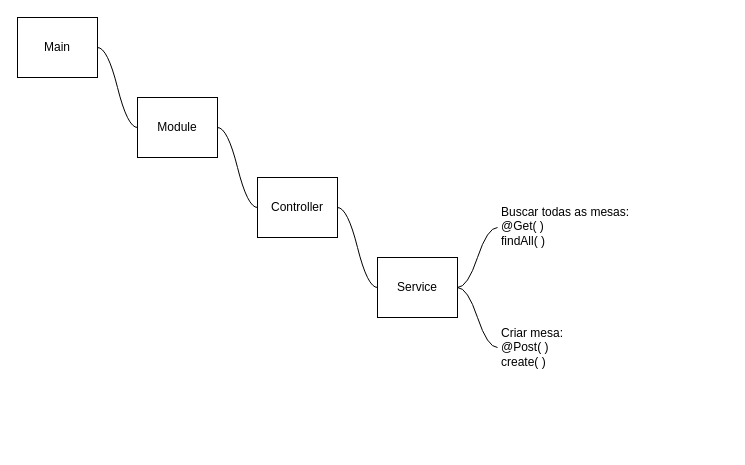
The draw.io diagram table.drawio in SandroXC/pizza-fresh-server, before the edit. Source tidied: cells renumbered, new cells numbered last; positions are measured from the earlier drawing's top-left corner, leaving out a move shared by most shapes. Both pictures are drawn from the tidied source at 100%, with x=0, y=0 at pixel (17, 17).
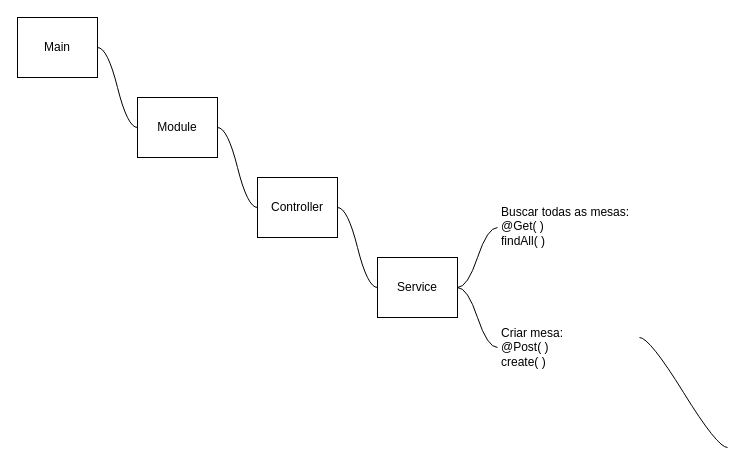
Above is the later version.

Commit message (it also covers changes not shown here):
feat(table):create dto 'CreateTableDto'

The edit, as a diff of the source:
```diff
@@
 <mxGraphModel>
   <root>
     <mxCell id="0" />
     <mxCell id="1" parent="0" />
     <mxCell id="2" value="Module" style="rounded=0;whiteSpace=wrap;html=1;" parent="1" vertex="1">
       <mxGeometry x="120" y="80" width="80" height="60" as="geometry" />
     </mxCell>
     <mxCell id="3" value="Controller" style="rounded=0;whiteSpace=wrap;html=1;" parent="1" vertex="1">
       <mxGeometry x="240" y="160" width="80" height="60" as="geometry" />
     </mxCell>
     <mxCell id="4" style="edgeStyle=entityRelationEdgeStyle;startArrow=none;endArrow=none;segment=10;curved=1;sourcePerimeterSpacing=0;targetPerimeterSpacing=0;exitX=1;exitY=0.5;exitDx=0;exitDy=0;entryX=0;entryY=0.5;entryDx=0;entryDy=0;" parent="1" edge="1" source="2" target="3">
       <mxGeometry relative="1" as="geometry" />
     </mxCell>
     <mxCell id="5" style="edgeStyle=entityRelationEdgeStyle;startArrow=none;endArrow=none;segment=10;curved=1;sourcePerimeterSpacing=0;targetPerimeterSpacing=0;exitX=1;exitY=0.5;exitDx=0;exitDy=0;" parent="1" edge="1" source="11">
       <mxGeometry relative="1" as="geometry">
         <mxPoint x="480" y="210" as="targetPoint" />
       </mxGeometry>
     </mxCell>
     <mxCell id="6" style="edgeStyle=entityRelationEdgeStyle;startArrow=none;endArrow=none;segment=10;curved=1;sourcePerimeterSpacing=0;targetPerimeterSpacing=0;exitX=1;exitY=0.5;exitDx=0;exitDy=0;entryX=0;entryY=0.5;entryDx=0;entryDy=0;" parent="1" edge="1" source="9" target="2">
       <mxGeometry relative="1" as="geometry" />
     </mxCell>
     <mxCell id="7" style="edgeStyle=entityRelationEdgeStyle;startArrow=none;endArrow=none;segment=10;curved=1;sourcePerimeterSpacing=0;targetPerimeterSpacing=0;exitX=1;exitY=0.5;exitDx=0;exitDy=0;" parent="1" edge="1">
       <mxGeometry relative="1" as="geometry">
         <mxPoint x="440" y="270" as="sourcePoint" />
         <mxPoint x="480" y="330" as="targetPoint" />
       </mxGeometry>
     </mxCell>
     <mxCell id="8" value="Buscar todas as mesas:&lt;br&gt;@Get( )&lt;br&gt;findAll( )" style="text;html=1;strokeColor=none;fillColor=none;align=left;verticalAlign=middle;whiteSpace=wrap;rounded=0;" parent="1" vertex="1">
       <mxGeometry x="482" y="184" width="140" height="50" as="geometry" />
     </mxCell>
     <mxCell id="9" value="Main" style="rounded=0;whiteSpace=wrap;html=1;" parent="1" vertex="1">
       <mxGeometry width="80" height="60" as="geometry" />
     </mxCell>
     <mxCell id="10" style="edgeStyle=entityRelationEdgeStyle;startArrow=none;endArrow=none;segment=10;curved=1;sourcePerimeterSpacing=0;targetPerimeterSpacing=0;exitX=1;exitY=0.5;exitDx=0;exitDy=0;entryX=0;entryY=0.5;entryDx=0;entryDy=0;" parent="1" edge="1" target="11">
       <mxGeometry relative="1" as="geometry">
         <mxPoint x="320" y="190" as="sourcePoint" />
       </mxGeometry>
     </mxCell>
     <mxCell id="11" value="Service" style="rounded=0;whiteSpace=wrap;html=1;" parent="1" vertex="1">
       <mxGeometry x="360" y="240" width="80" height="60" as="geometry" />
     </mxCell>
     <mxCell id="12" value="Criar mesa:&lt;br&gt;@Post( )&lt;br&gt;create( )" style="text;html=1;strokeColor=none;fillColor=none;align=left;verticalAlign=middle;whiteSpace=wrap;rounded=0;" parent="1" vertex="1">
       <mxGeometry x="482" y="305" width="140" height="50" as="geometry" />
     </mxCell>
+    <mxCell id="13" style="edgeStyle=entityRelationEdgeStyle;startArrow=none;endArrow=none;segment=10;curved=1;sourcePerimeterSpacing=0;targetPerimeterSpacing=0;exitX=1;exitY=0.5;exitDx=0;exitDy=0;" parent="1" edge="1">
+      <mxGeometry relative="1" as="geometry">
+        <mxPoint x="622" y="320" as="sourcePoint" />
+        <mxPoint x="710" y="430" as="targetPoint" />
+      </mxGeometry>
+    </mxCell>
   </root>
 </mxGraphModel>
```
